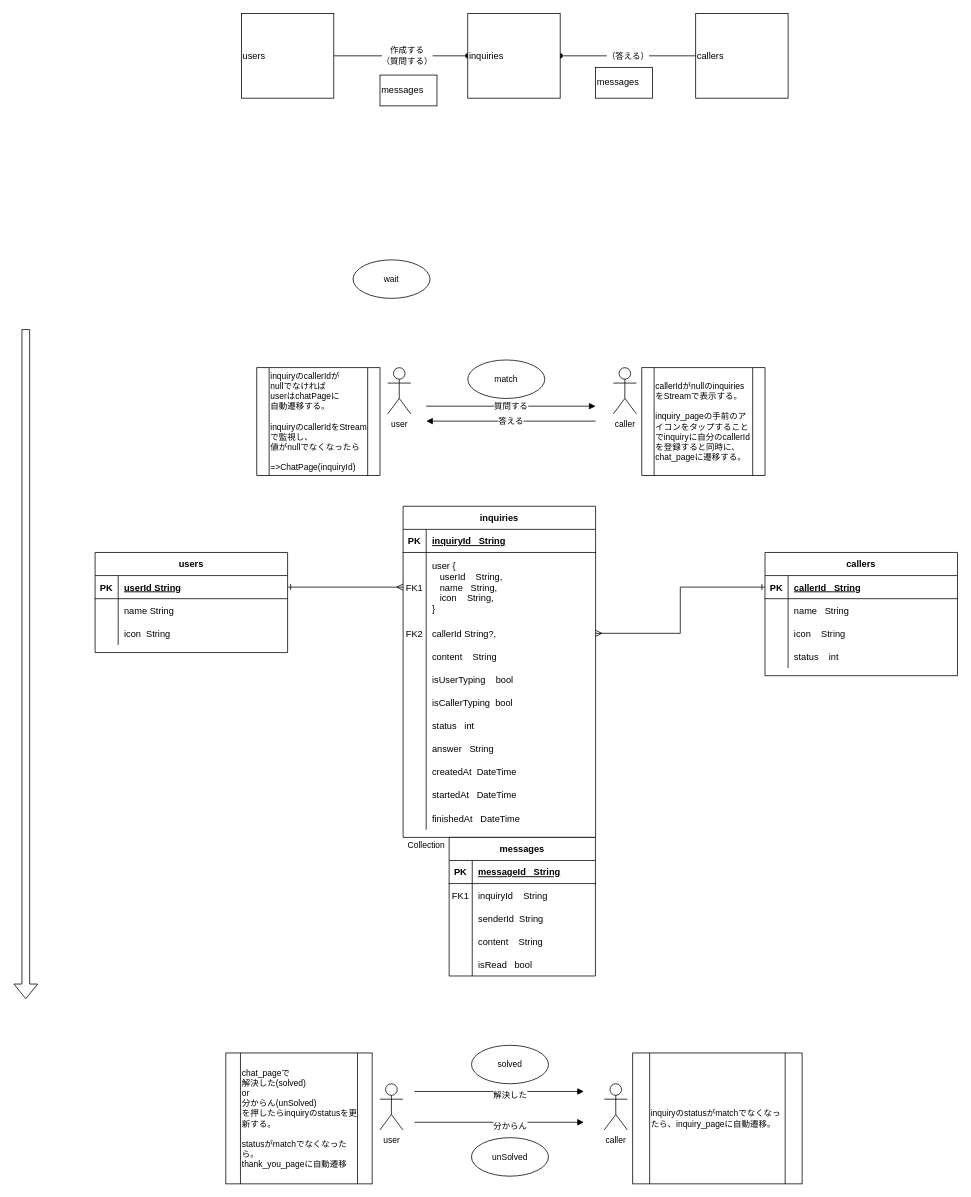
This is page "data" (2 of 2) of Untitled Diagram.drawio from neco3coffee/flutter_inquiry_visualization, a draw.io file, before an edit. Source tidied: cells renumbered, new cells numbered last; positions are measured from the earlier drawing's top-left corner, leaving out a move shared by most shapes. Both pictures are drawn from the tidied source at 77%, with x=0, y=0 at pixel (25, 13).
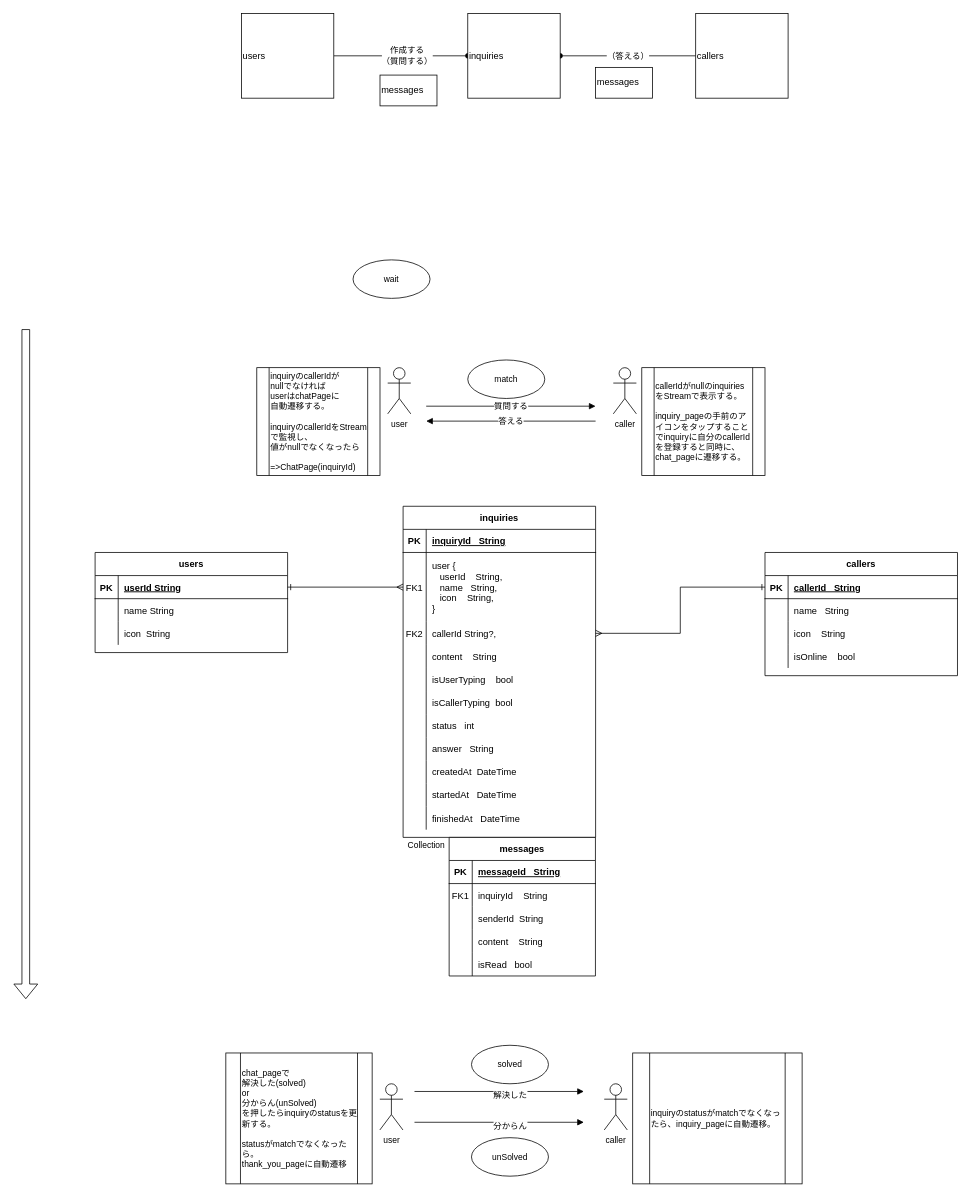
After the change.

The change refers to these unchanged cells:
```xml
<mxCell id="47" style="shape=partialRectangle;fillColor=none;top=0;left=0;right=0;bottom=0;" parent="37" vertex="1">
  <mxGeometry y="120" width="250" height="30" as="geometry" />
</mxCell>
```

The edit, as a diff of the source:
```diff
@@
-    <mxCell id="49" value="status    int" style="shape=partialRectangle;overflow=hidden;fillColor=none;top=0;left=0;bottom=0;right=0;align=left;spacingLeft=6;" parent="47" vertex="1">
+    <mxCell id="49" value="isOnline    bool" style="shape=partialRectangle;overflow=hidden;fillColor=none;top=0;left=0;bottom=0;right=0;align=left;spacingLeft=6;" parent="47" vertex="1">
       <mxGeometry x="30" width="220" height="30" as="geometry" />
     </mxCell>
```
